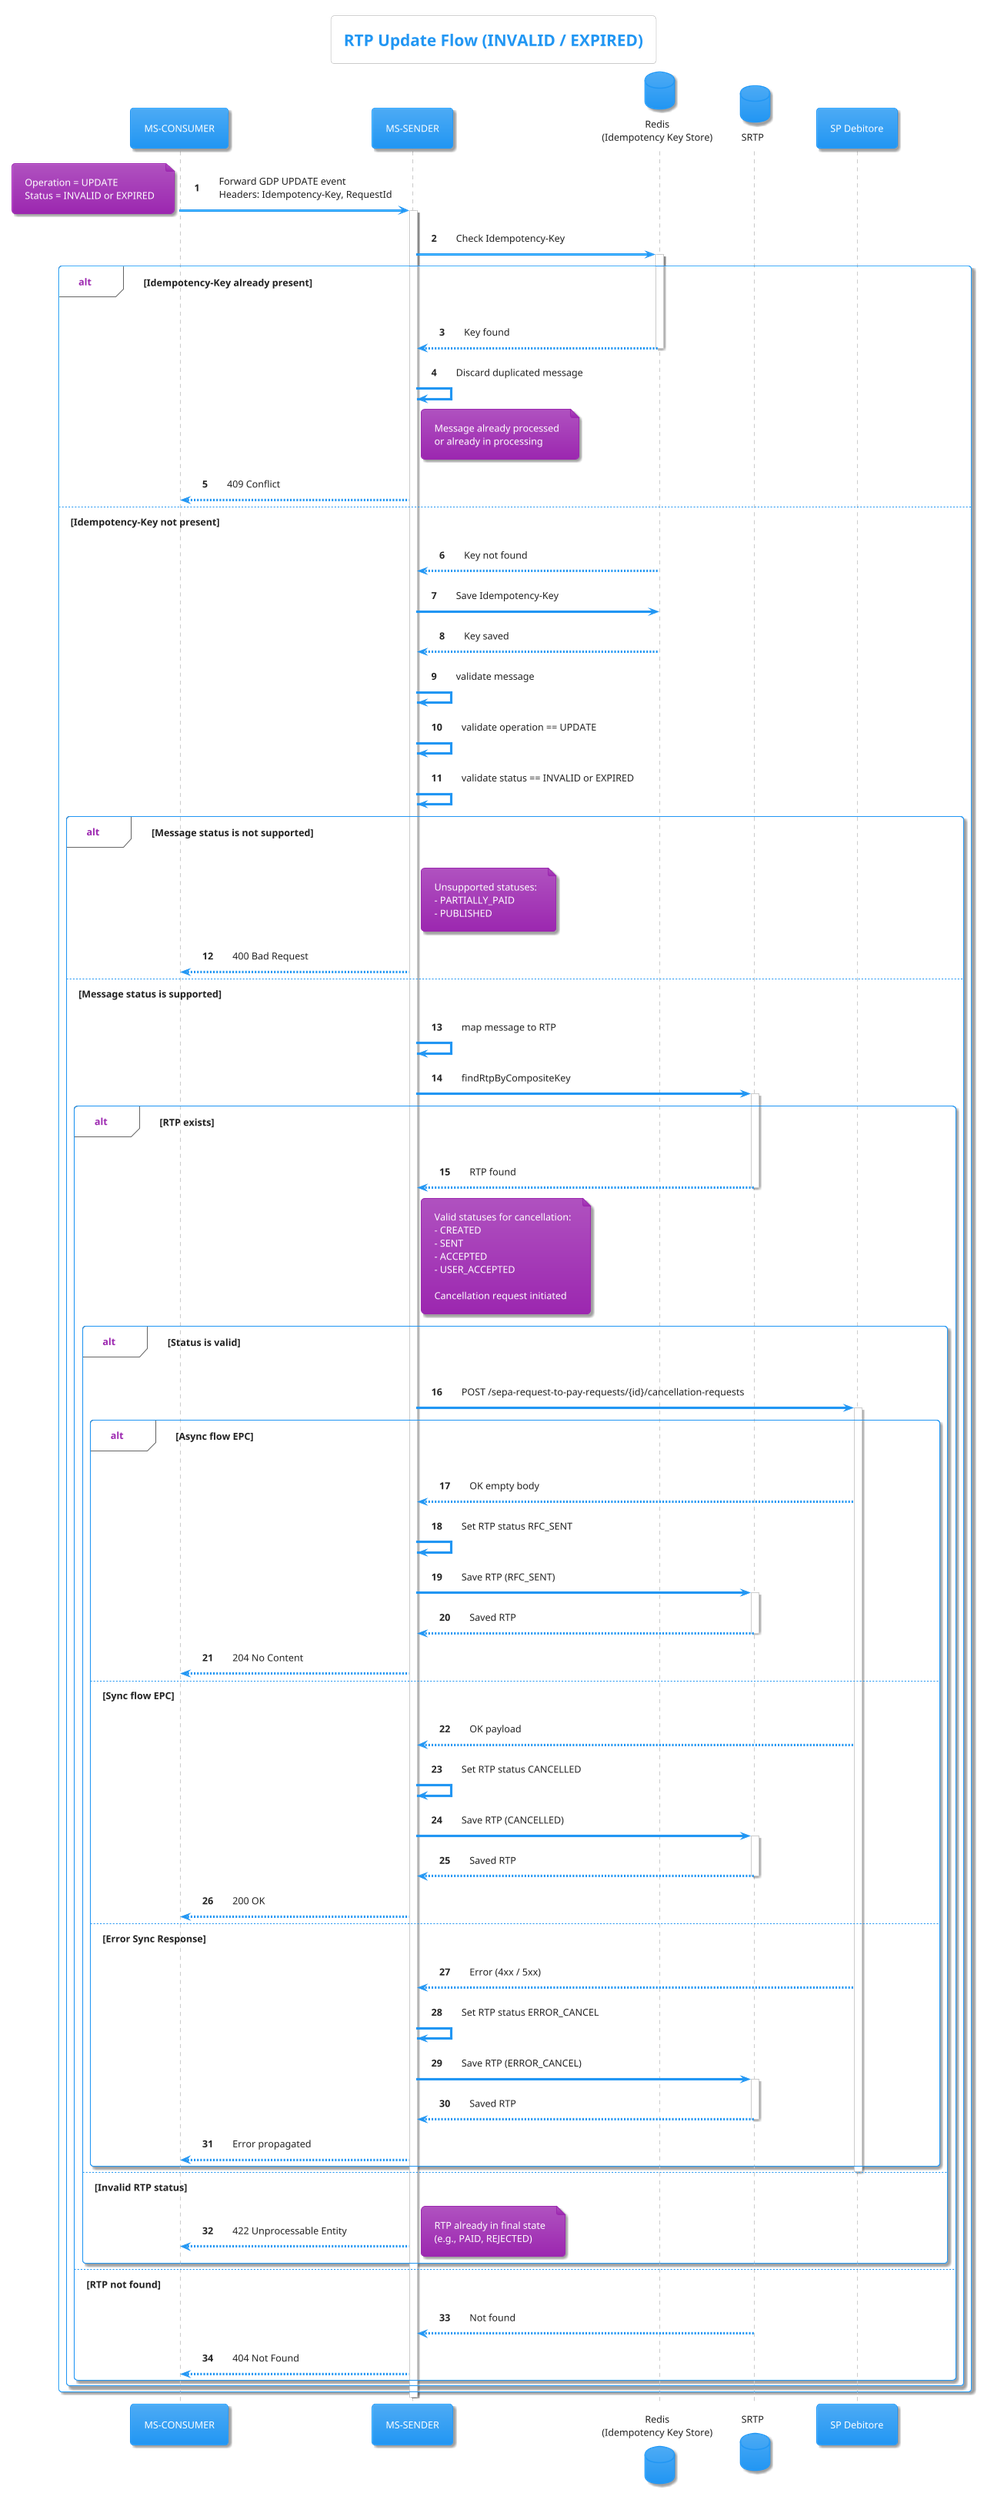
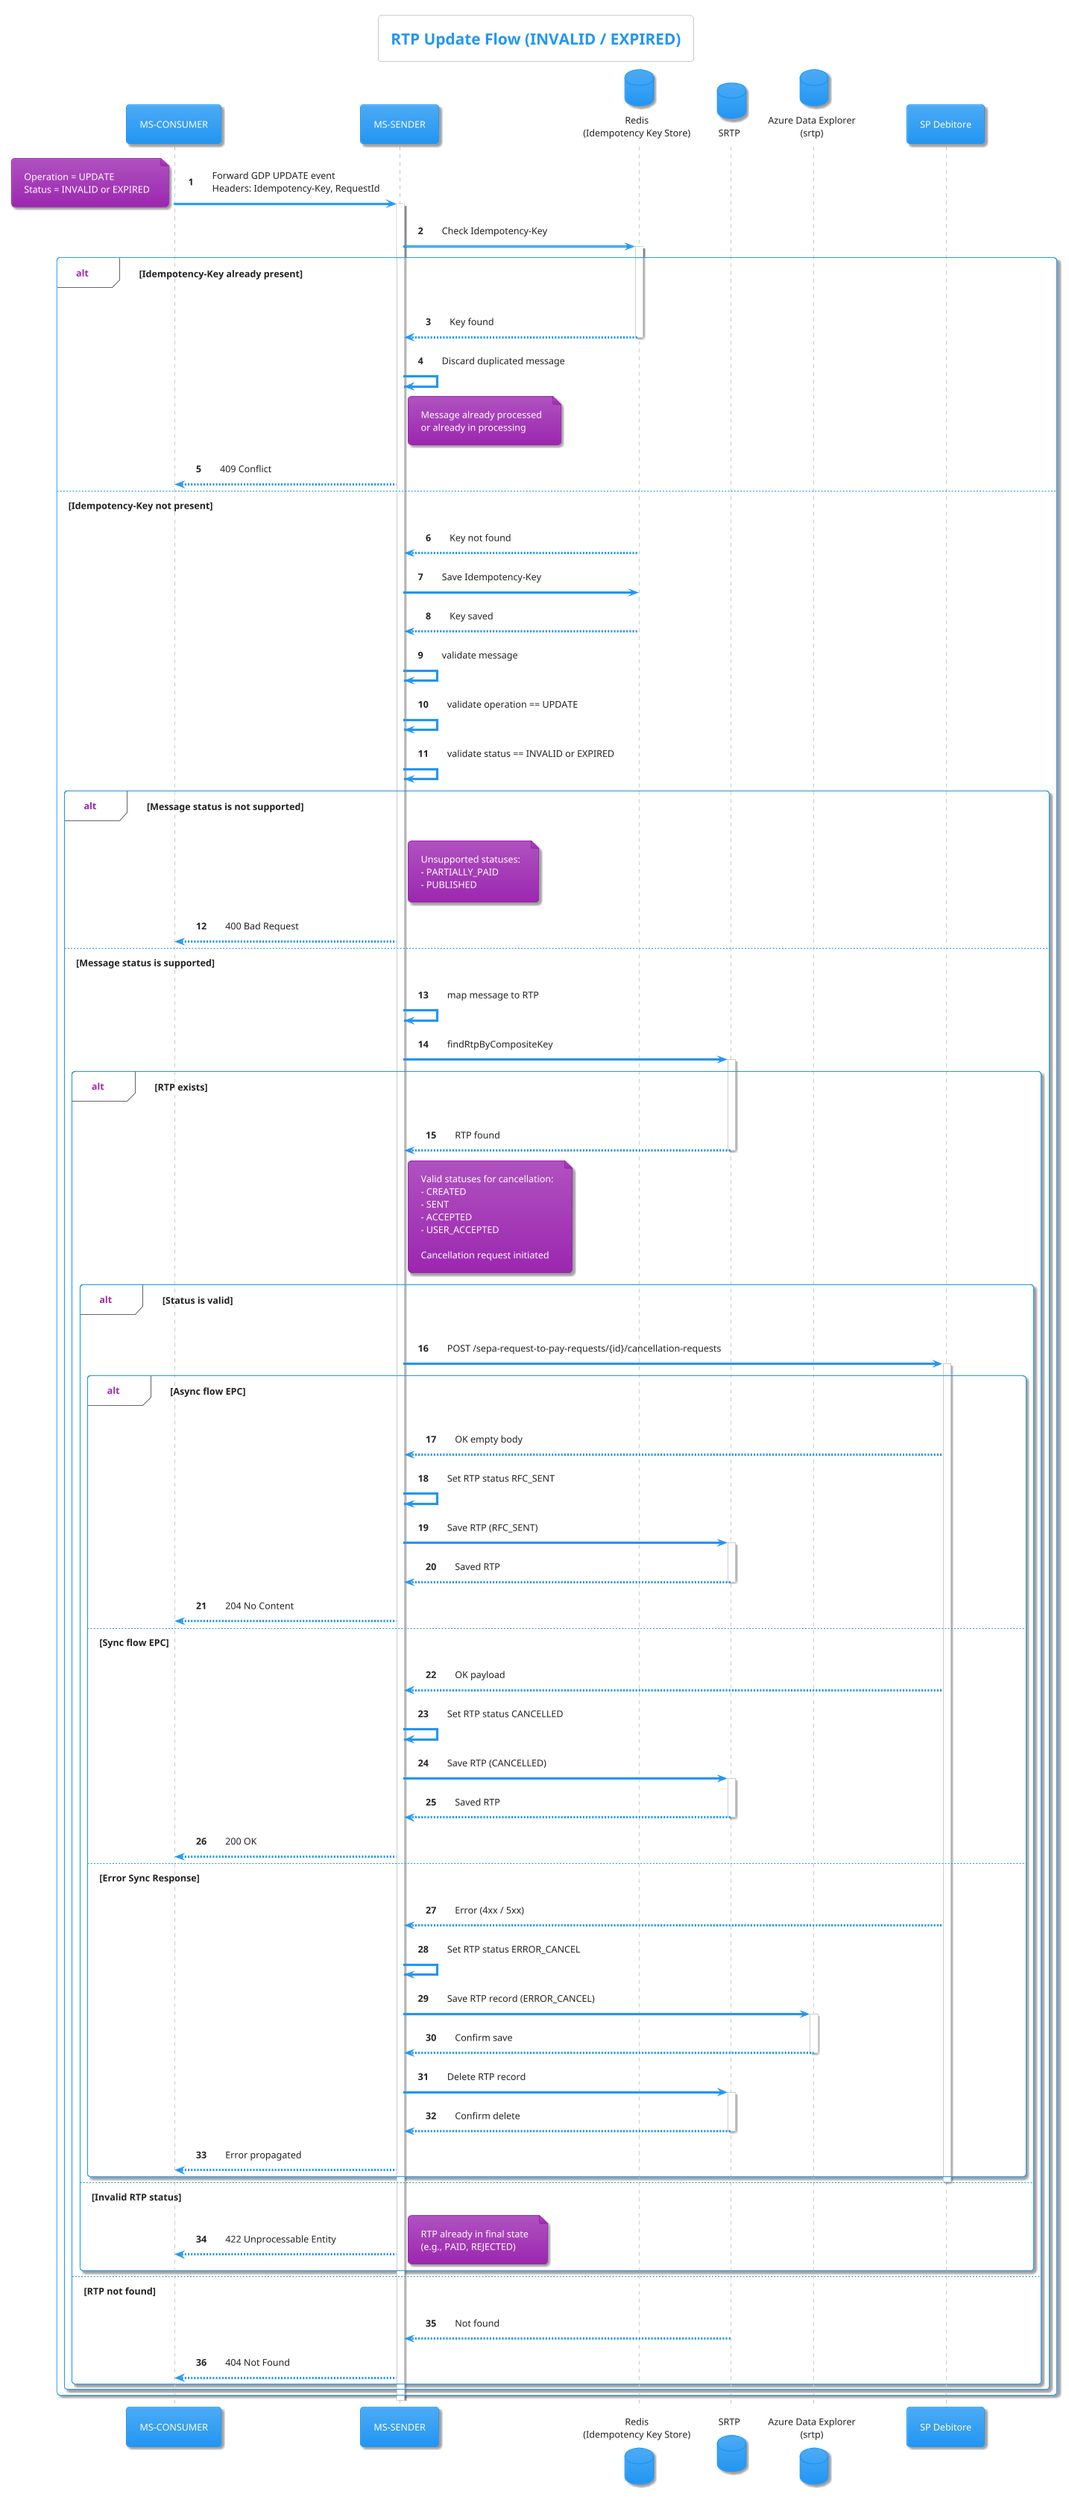
@startuml

!theme materia

title RTP Update Flow (INVALID / EXPIRED)

participant "MS-CONSUMER" as CONSUMER
participant "MS-SENDER" as SENDER
database "Redis\n(Idempotency Key Store)" as REDIS
database "SRTP" as SRTP
+ database "Azure Data Explorer\n(srtp)" as ADX
participant "SP Debitore" as SPD

autonumber

CONSUMER -> SENDER: Forward GDP UPDATE event\nHeaders: Idempotency-Key, RequestId
note left
  Operation = UPDATE
  Status = INVALID or EXPIRED
end note

activate SENDER

SENDER -> REDIS: Check Idempotency-Key
activate REDIS

alt Idempotency-Key already present
  REDIS --> SENDER: Key found
  deactivate REDIS
  SENDER -> SENDER: Discard duplicated message
  note right of SENDER
    Message already processed
    or already in processing
  end note
  SENDER --> CONSUMER: 409 Conflict

else Idempotency-Key not present
  REDIS --> SENDER: Key not found
  SENDER -> REDIS: Save Idempotency-Key
  REDIS --> SENDER: Key saved
  deactivate REDIS

  SENDER -> SENDER: validate message
  SENDER -> SENDER: validate operation == UPDATE
  SENDER -> SENDER: validate status == INVALID or EXPIRED

  alt Message status is not supported
    note right of SENDER
      Unsupported statuses:
      - PARTIALLY_PAID
      - PUBLISHED
    end note
    SENDER --> CONSUMER: 400 Bad Request

  else Message status is supported
    SENDER -> SENDER: map message to RTP

    SENDER -> SRTP: findRtpByCompositeKey
    activate SRTP

    alt RTP exists
      SRTP --> SENDER: RTP found
      deactivate SRTP

      note right of SENDER
        Valid statuses for cancellation:
        - CREATED
        - SENT
        - ACCEPTED
        - USER_ACCEPTED

        Cancellation request initiated
      end note

      alt Status is valid
        SENDER -> SPD: POST /sepa-request-to-pay-requests/{id}/cancellation-requests
        activate SPD

        alt Async flow EPC
          SPD --> SENDER: OK empty body
          SENDER -> SENDER: Set RTP status RFC_SENT
          SENDER -> SRTP: Save RTP (RFC_SENT)
          activate SRTP
          SRTP --> SENDER: Saved RTP
          deactivate SRTP
          SENDER --> CONSUMER: 204 No Content

        else Sync flow EPC
          SPD --> SENDER: OK payload
          SENDER -> SENDER: Set RTP status CANCELLED
          SENDER -> SRTP: Save RTP (CANCELLED)
          activate SRTP
          SRTP --> SENDER: Saved RTP
          deactivate SRTP
          SENDER --> CONSUMER: 200 OK

        else Error Sync Response
          SPD --> SENDER: Error (4xx / 5xx)
          SENDER -> SENDER: Set RTP status ERROR_CANCEL
-           SENDER -> SRTP: Save RTP (ERROR_CANCEL)
+           SENDER -> ADX: Save RTP record (ERROR_CANCEL)
+           activate ADX
+           ADX --> SENDER: Confirm save
+           deactivate ADX
+           SENDER -> SRTP: Delete RTP record
          activate SRTP
-           SRTP --> SENDER: Saved RTP
+           SRTP --> SENDER: Confirm delete
          deactivate SRTP
          SENDER --> CONSUMER: Error propagated
        end

        deactivate SPD

      else Invalid RTP status
        SENDER --> CONSUMER: 422 Unprocessable Entity
        note right
          RTP already in final state
          (e.g., PAID, REJECTED)
        end note
      end

    else RTP not found
      SRTP --> SENDER: Not found
      deactivate SRTP
      SENDER --> CONSUMER: 404 Not Found
    end
  end
end

deactivate SENDER

@enduml